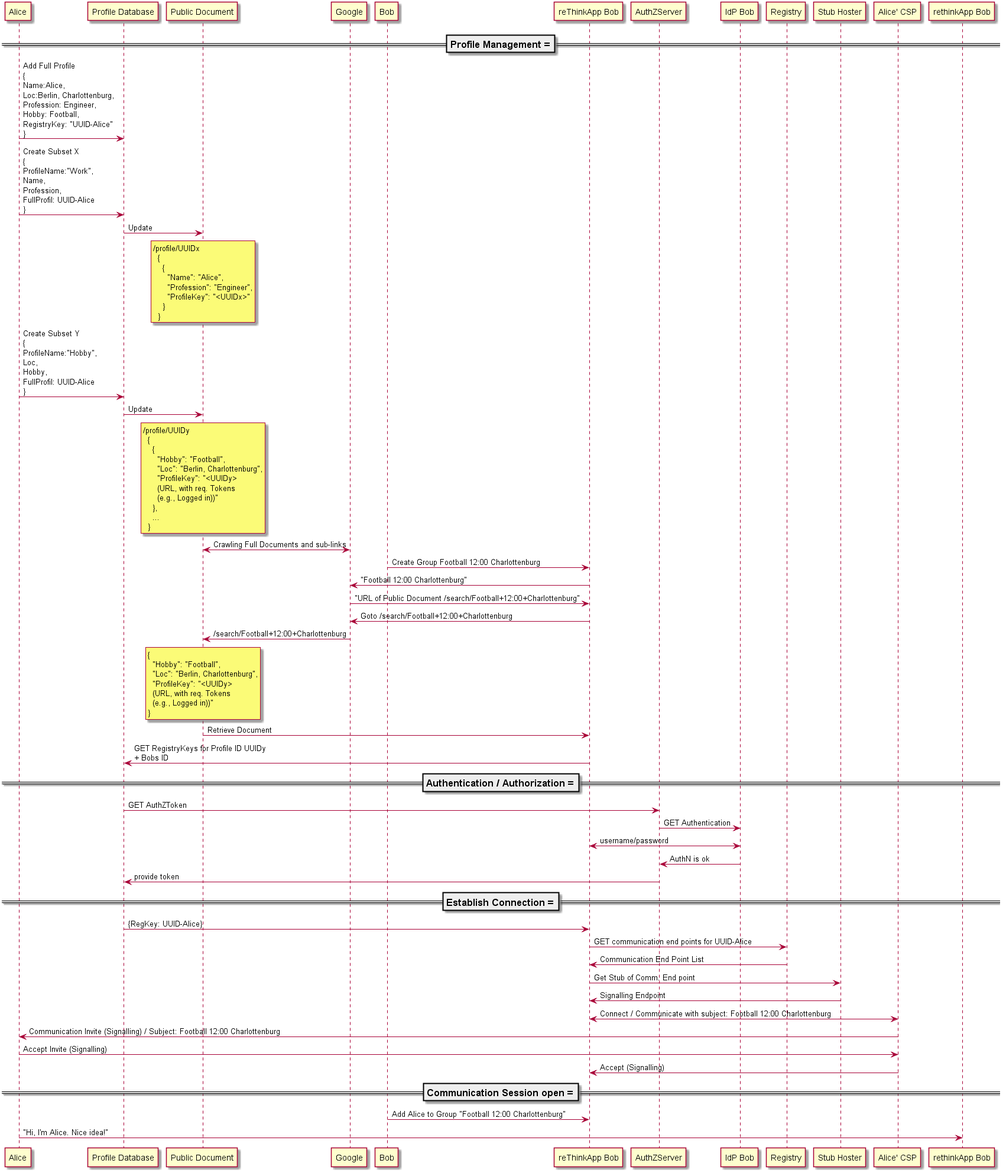
reTHINK-project/scenario-service-implementation keeps this PlantUML diagram as docs/scenarios/neighbourhood-application/neighborhood.png. Above is the earlier version.
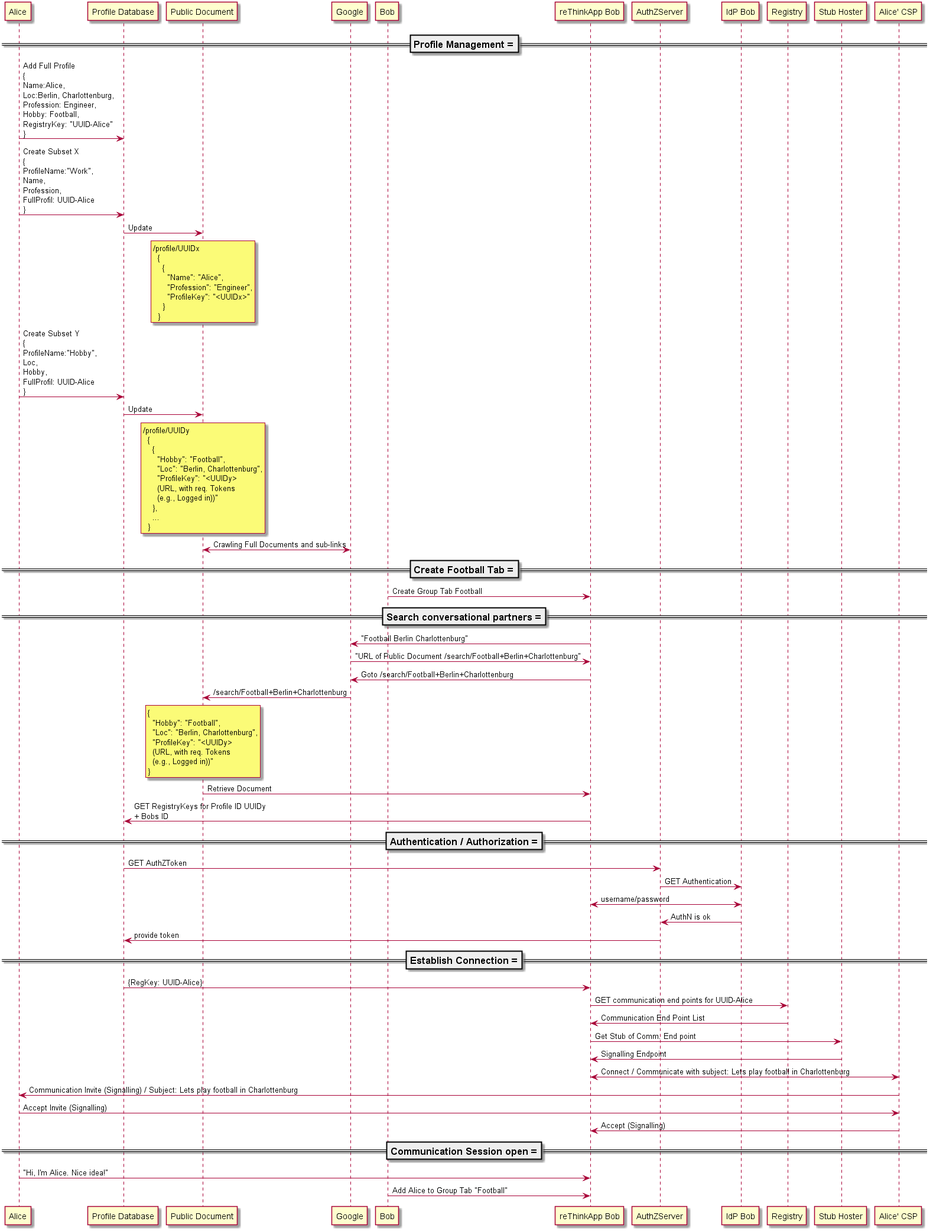
Later version of the same file.

Diff of the diagram source:
```diff
@@ -39,14 +39,20 @@
 
 Google <-> "Public Document": Crawling Full Documents and sub-links
 
-"Bob" -> "reThinkApp Bob": Create Group Football 12:00 Charlottenburg
 
-"reThinkApp Bob" -> Google: "Football 12:00 Charlottenburg"
+=== Create Football Tab ===
 
-Google -> "reThinkApp Bob": "URL of Public Document /search/Football+12:00+Charlottenburg"
+"Bob" -> "reThinkApp Bob": Create Group Tab Football
 
-"reThinkApp Bob" -> "Google": Goto /search/Football+12:00+Charlottenburg
-Google -> "Public Document": /search/Football+12:00+Charlottenburg
+
+=== Search conversational partners ===
+
+"reThinkApp Bob" -> Google: "Football Berlin Charlottenburg"
+
+Google -> "reThinkApp Bob": "URL of Public Document /search/Football+Berlin+Charlottenburg"
+
+"reThinkApp Bob" -> "Google": Goto /search/Football+Berlin+Charlottenburg
+Google -> "Public Document": /search/Football+Berlin+Charlottenburg
 
 rnote over "Public Document"
 {
@@ -62,6 +68,7 @@
 
 "reThinkApp Bob" -> "Profile Database": GET RegistryKeys for Profile ID UUIDy\n+ Bobs ID
 
+
 === Authentication / Authorization ===
 
 "Profile Database"  -> "AuthZServer": GET AuthZToken
@@ -73,6 +80,7 @@
 "IdP Bob" -> "AuthZServer" : AuthN is ok
 
 "AuthZServer" -> "Profile Database" : provide token
+
 
 === Establish Connection ===
 
@@ -86,19 +94,21 @@
 
 "Stub Hoster" -> "reThinkApp Bob": Signalling Endpoint
 
-"reThinkApp Bob" <-> "Alice' CSP": Connect / Communicate with subject: Football 12:00 Charlottenburg
+"reThinkApp Bob" <-> "Alice' CSP": Connect / Communicate with subject: Lets play football in Charlottenburg
 
-"Alice' CSP" -> Alice: Communication Invite (Signalling) / Subject: Football 12:00 Charlottenburg
+"Alice' CSP" -> Alice: Communication Invite (Signalling) / Subject: Lets play football in Charlottenburg
 
 "Alice" -> "Alice' CSP": Accept Invite (Signalling)
 
 "Alice' CSP" -> "reThinkApp Bob": Accept (Signalling)
 
+
 === Communication Session open ===
 
-"Bob" -> "reThinkApp Bob": Add Alice to Group "Football 12:00 Charlottenburg"
+"Alice" -> "reThinkApp Bob": "Hi, I'm Alice. Nice idea!"
 
-"Alice" -> "rethinkApp Bob": "Hi, I'm Alice. Nice idea!"
+"Bob" -> "reThinkApp Bob": Add Alice to Group Tab "Football"
+
 
 
 @enduml
```
